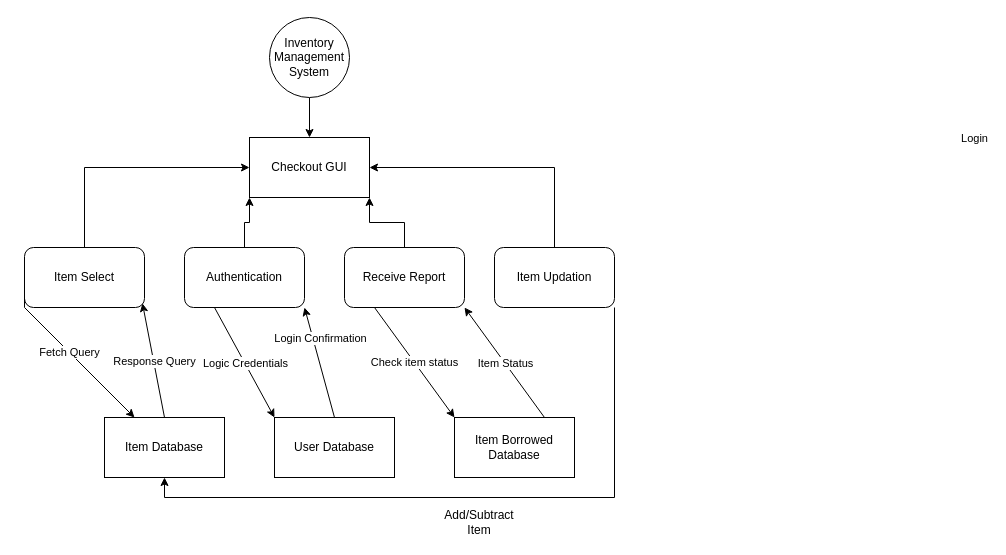
karma8022/College keeps this draw.io diagram as SET/DFD lvl 2.drawio. Above is the earlier version. Source tidied: cells renumbered, new cells numbered last; positions are measured from the earlier drawing's top-left corner, leaving out a move shared by most shapes. Both pictures are drawn from the tidied source at 100%, with x=0, y=0 at pixel (24, 17).
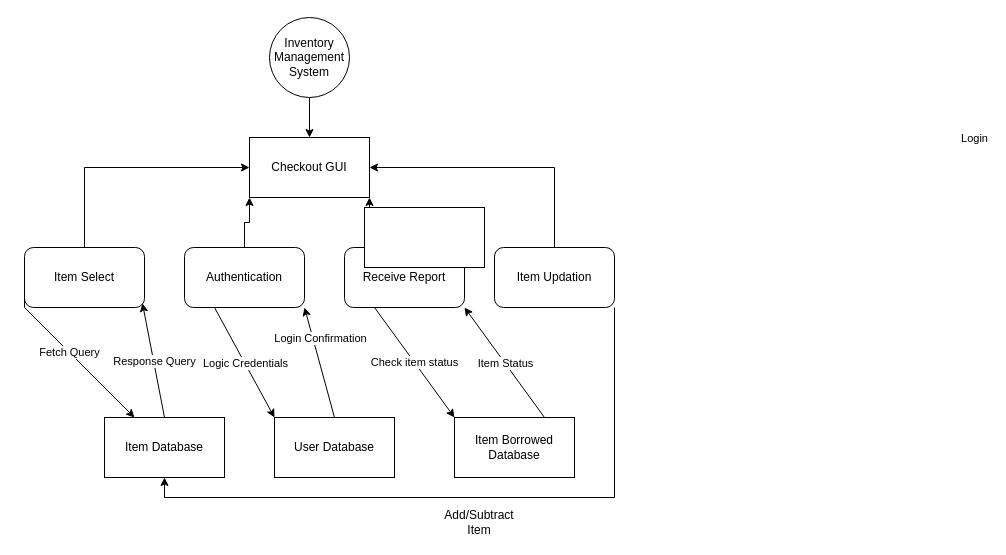
The same diagram, later.

The edit, as a diff of the source:
```diff
@@
+    <mxCell id="30" style="whiteSpace=wrap;html=1;" parent="1" vertex="1">
+      <mxGeometry x="340" y="190" width="120" height="60" as="geometry" />
+    </mxCell>
```
